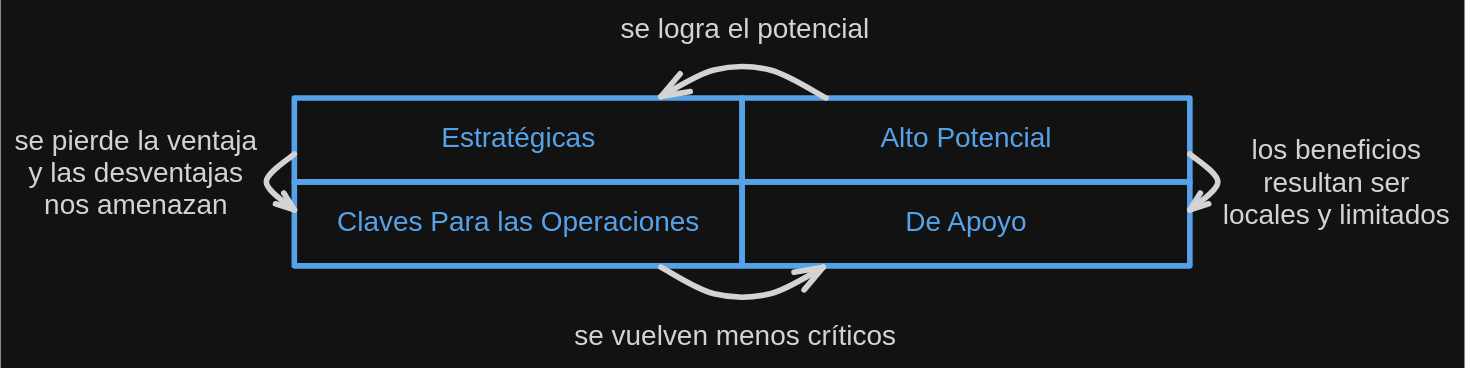
Before: 4to Nivel/Administración de Sistemas de Información/attachments/Cartera de Aplicaciones 2024-09-01 17.04.05.excalidraw.svg, a diagram exported from Excalidraw (agustinbravop/utn-vault). Source tidied: one line per element, renumbered; positions are measured from the earlier drawing's top-left corner, leaving out a move shared by most shapes.
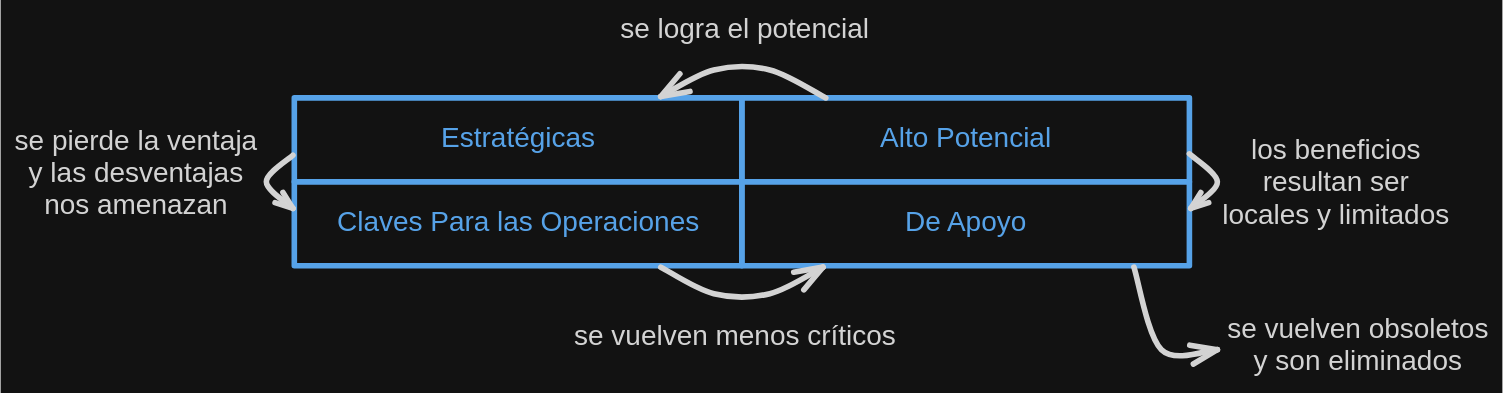
Above is the later version.

Change to the diagram source:
```diff
@@ -11,6 +11,8 @@
 {"id": 10, "type": "arrow", "strokeColor": "#1e1e1e", "strokeWidth": 4, "roughness": 0, "endArrowhead": "arrow", "round": true, "from": 4, "to": 6, "x": 462, "y": 181, "width": 116, "height": 19, "points": [[0, 0], [38, 19], [78, 19], [116, 0]]}
 {"id": 11, "type": "text", "text": "se vuelven menos críticos", "strokeColor": "#1e1e1e", "strokeWidth": 4, "roughness": 0, "fontSize": 20, "fontFamily": 2, "textAlign": "center", "x": 400, "y": 220, "width": 230, "height": 23}
 {"id": 12, "type": "text", "text": "se pierde la ventaja\ny las desventajas\nnos amenazan", "strokeColor": "#1e1e1e", "strokeWidth": 4, "roughness": 0, "fontSize": 20, "fontFamily": 2, "textAlign": "center", "x": 0, "y": 80, "width": 173, "height": 69}
-{"id": 13, "type": "arrow", "strokeColor": "#1e1e1e", "strokeWidth": 4, "roughness": 0, "endArrowhead": "arrow", "round": true, "from": 2, "to": 4, "x": 200, "y": 100, "width": 20, "height": 40, "points": [[0, 0], [-20, 20], [0, 40]]}
+{"id": 13, "type": "arrow", "strokeColor": "#1e1e1e", "strokeWidth": 4, "roughness": 0, "endArrowhead": "arrow", "round": true, "from": 2, "to": 4, "x": 199, "y": 101, "width": 19, "height": 38, "points": [[0, 0], [-19, 19], [0, 38]]}
 {"id": 14, "type": "text", "text": "los beneficios\nresultan ser\nlocales y limitados", "strokeColor": "#1e1e1e", "strokeWidth": 4, "roughness": 0, "fontSize": 20, "fontFamily": 2, "textAlign": "center", "x": 863, "y": 87, "width": 163, "height": 69}
-{"id": 15, "type": "arrow", "strokeColor": "#1e1e1e", "strokeWidth": 4, "roughness": 0, "endArrowhead": "arrow", "round": true, "from": 0, "to": 6, "x": 840, "y": 100, "width": 20, "height": 40, "points": [[0, 0], [20, 20], [0, 40]]}
+{"id": 15, "type": "arrow", "strokeColor": "#1e1e1e", "strokeWidth": 4, "roughness": 0, "endArrowhead": "arrow", "round": true, "from": 0, "to": 6, "x": 840, "y": 100, "width": 20, "height": 39, "points": [[0, 0], [20, 20], [1, 39]]}
+{"id": 16, "type": "arrow", "strokeColor": "#1e1e1e", "strokeWidth": 4, "roughness": 0, "endArrowhead": "arrow", "round": true, "from": 6, "x": 800, "y": 181, "width": 60, "height": 59, "points": [[0, 0], [20, 59], [60, 59]]}
+{"id": 17, "type": "text", "text": "se vuelven obsoletos\ny son eliminados", "strokeColor": "#1e1e1e", "strokeWidth": 4, "roughness": 0, "fontSize": 20, "fontFamily": 2, "textAlign": "center", "x": 867, "y": 215, "width": 187, "height": 46}
```
